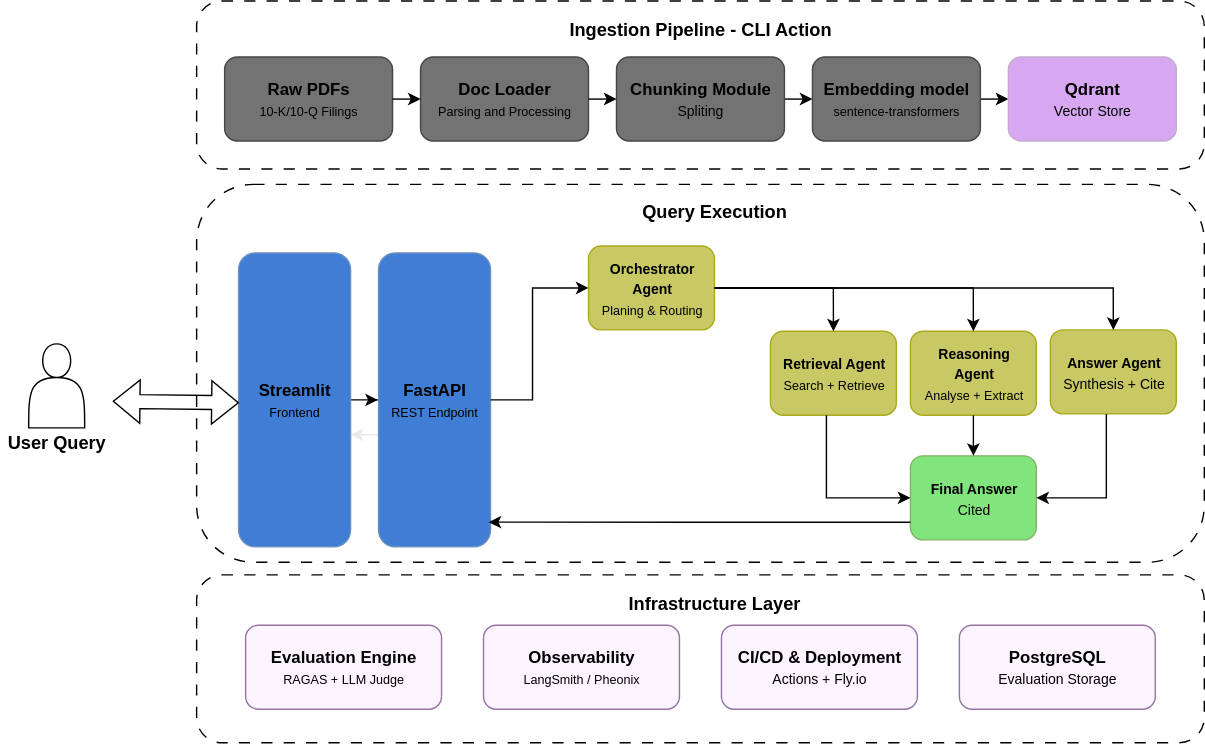
This is docs/system-architecture.svg from mohammedOwaiskh/documind, a draw.io export, as it was before one commit. Source tidied: cells renumbered, new cells last; positions are measured from the earlier drawing's top-left corner, leaving out a move shared by most shapes.
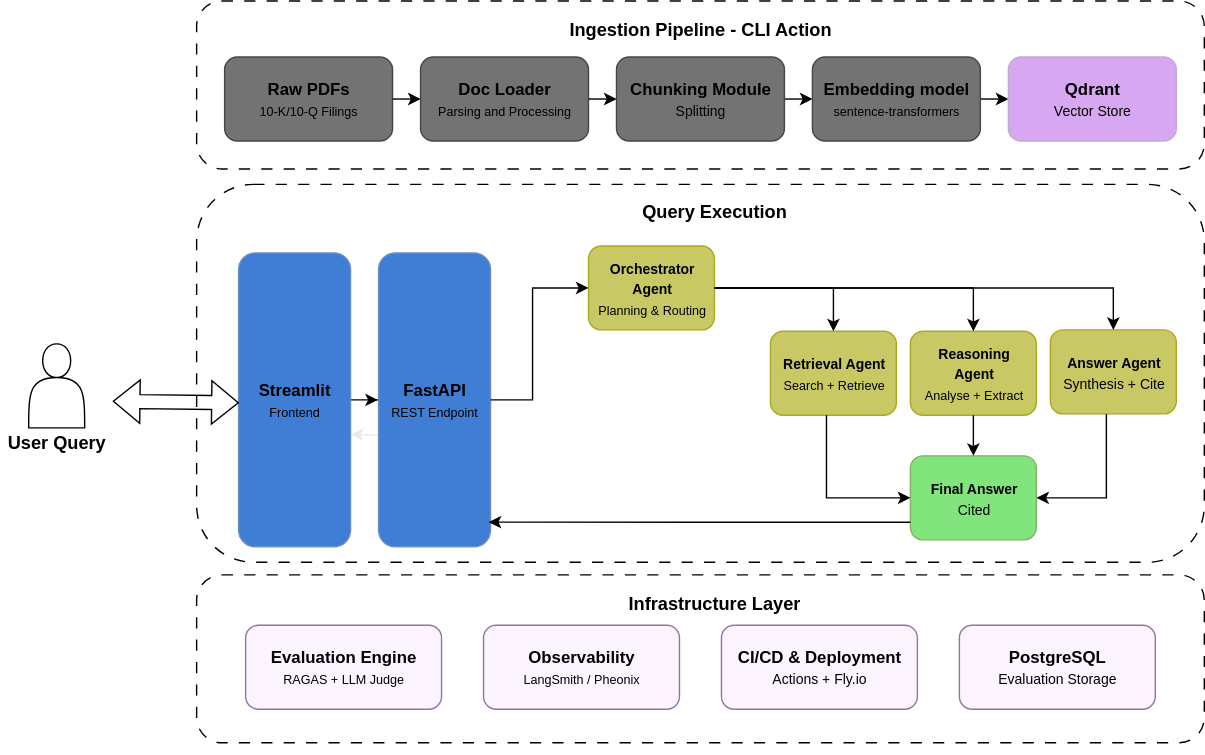
After the change.

The edit, as a diff of the source:
```diff
@@ -45,7 +45,7 @@
     <mxCell id="13" style="rounded=1;whiteSpace=wrap;html=1;fillColor=light-dark(#737373, #474747);strokeColor=light-dark(#464646, #ededed);fontColor=default;" parent="11" vertex="1">
       <mxGeometry width="120" height="60" as="geometry" />
     </mxCell>
-    <mxCell id="14" value="Chunking Module&lt;div&gt;&lt;font size=&quot;1&quot;&gt;&lt;span style=&quot;font-weight: 400;&quot;&gt;Spliting&lt;/span&gt;&lt;/font&gt;&lt;/div&gt;" style="text;html=1;align=center;verticalAlign=middle;whiteSpace=wrap;rounded=0;fontColor=default;fontStyle=1;strokeColor=none;" parent="11" vertex="1">
+    <mxCell id="14" value="Chunking Module&lt;div&gt;&lt;font size=&quot;1&quot;&gt;&lt;span style=&quot;font-weight: 400;&quot;&gt;Splitting&lt;/span&gt;&lt;/font&gt;&lt;/div&gt;" style="text;html=1;align=center;verticalAlign=middle;whiteSpace=wrap;rounded=0;fontColor=default;fontStyle=1;strokeColor=none;" parent="11" vertex="1">
       <mxGeometry x="5" y="15" width="110" height="30" as="geometry" />
     </mxCell>
     <mxCell id="15" style="group;strokeColor=none;fontColor=default;" parent="1" vertex="1">
@@ -110,7 +110,7 @@
     <mxCell id="34" style="rounded=1;whiteSpace=wrap;html=1;fillColor=light-dark(#c8c864, #474747);strokeColor=light-dark(#aaaa1e, #ededed);fontColor=default;" parent="33" vertex="1">
       <mxGeometry width="90" height="60" as="geometry" />
     </mxCell>
-    <mxCell id="35" value="&lt;div&gt;&lt;font style=&quot;font-size: 10px;&quot;&gt;Orchestrator&lt;/font&gt;&lt;/div&gt;&lt;div&gt;&lt;span style=&quot;background-color: transparent; font-size: 10px;&quot;&gt;Agent&lt;/span&gt;&lt;/div&gt;&lt;div&gt;&lt;font style=&quot;font-weight: normal; font-size: 9px;&quot;&gt;Planing &amp;amp; Routing&lt;/font&gt;&lt;/div&gt;" style="text;html=1;align=center;verticalAlign=middle;whiteSpace=wrap;rounded=0;fontColor=default;fontStyle=1;strokeColor=none;" parent="33" vertex="1">
+    <mxCell id="35" value="&lt;div&gt;&lt;font style=&quot;font-size: 10px;&quot;&gt;Orchestrator&lt;/font&gt;&lt;/div&gt;&lt;div&gt;&lt;span style=&quot;background-color: transparent; font-size: 10px;&quot;&gt;Agent&lt;/span&gt;&lt;/div&gt;&lt;div&gt;&lt;font style=&quot;font-weight: normal; font-size: 9px;&quot;&gt;Planning &amp;amp; Routing&lt;/font&gt;&lt;/div&gt;" style="text;html=1;align=center;verticalAlign=middle;whiteSpace=wrap;rounded=0;fontColor=default;fontStyle=1;strokeColor=none;" parent="33" vertex="1">
       <mxGeometry x="4.7" y="15" width="80.5" height="30" as="geometry" />
     </mxCell>
     <mxCell id="36" style="edgeStyle=orthogonalEdgeStyle;rounded=0;jettySize=auto;html=1;strokeColor=default;entryX=-0.006;entryY=0.5;entryDx=0;entryDy=0;entryPerimeter=0;fontColor=default;" parent="1" edge="1" source="37" target="38">
```
